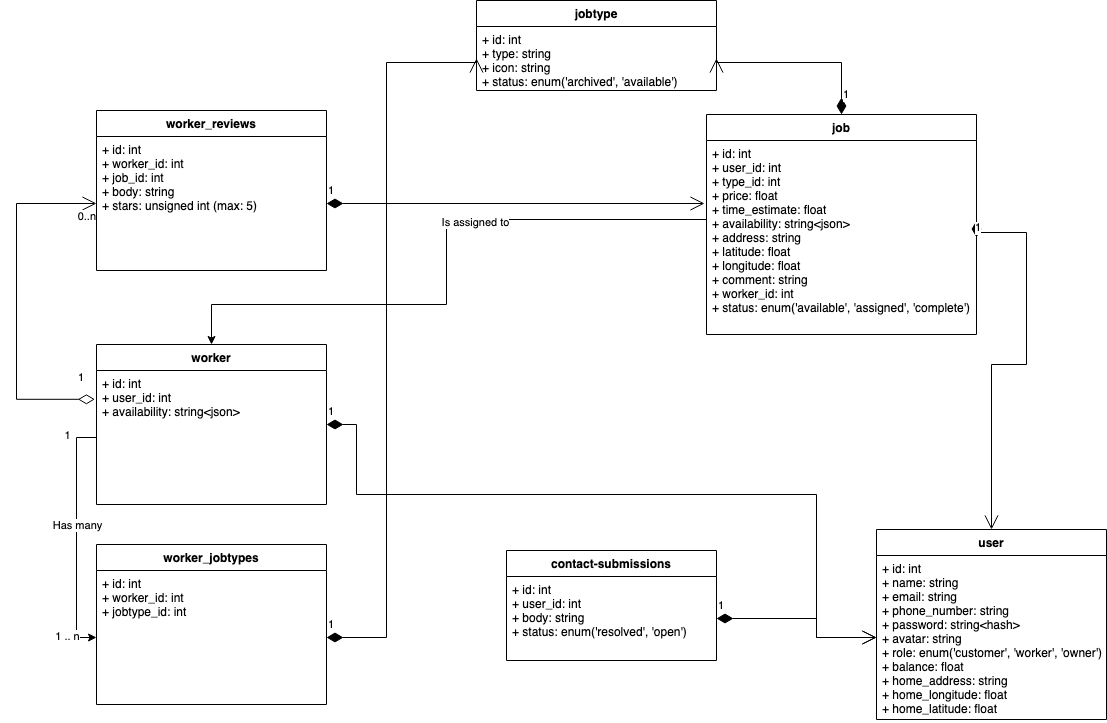
This is docs/database-uml-class-diagram.png from Simponic/JobFindr, a draw.io export, as it was before one commit. Source tidied: cells renumbered, new cells last; positions are measured from the earlier drawing's top-left corner, leaving out a move shared by most shapes. Source of this version:
```xml
<mxGraphModel>
  <root>
    <mxCell id="0" />
    <mxCell id="1" parent="0" />
    <mxCell id="2" value="jobtype" style="swimlane;fontStyle=1;align=center;verticalAlign=top;horizontal=1;startSize=26;" parent="1" vertex="1">
      <mxGeometry x="460" width="240" height="90" as="geometry" />
    </mxCell>
    <mxCell id="3" value="+ id: int&#10;+ type: string&#10;+ icon: string&#10;+ status: enum('archived', 'available')&#10;&#10;" style="text;strokeColor=none;fillColor=none;align=left;verticalAlign=top;spacingLeft=4;spacingRight=4;overflow=hidden;points=[[0,0.5],[1,0.5]];portConstraint=eastwest;" parent="2" vertex="1">
      <mxGeometry y="26" width="240" height="64" as="geometry" />
    </mxCell>
    <mxCell id="4" value="user" style="swimlane;fontStyle=1;align=center;verticalAlign=top;horizontal=1;startSize=26;" parent="1" vertex="1">
      <mxGeometry x="860" y="529" width="230" height="190" as="geometry" />
    </mxCell>
    <mxCell id="5" value="+ id: int&#10;+ name: string&#10;+ email: string&#10;+ phone_number: string&#10;+ password: string&lt;hash&gt;&#10;+ avatar: string&#10;+ role: enum('customer', 'worker', 'owner')&#10;+ balance: float&#10;+ home_address: string&#10;+ home_longitude: float&#10;+ home_latitude: float&#10;&#10;&#10;&#10;" style="text;strokeColor=none;fillColor=none;align=left;verticalAlign=top;spacingLeft=4;spacingRight=4;overflow=hidden;points=[[0,0.5],[1,0.5]];portConstraint=eastwest;" parent="4" vertex="1">
      <mxGeometry y="26" width="230" height="164" as="geometry" />
    </mxCell>
    <mxCell id="6" style="edgeStyle=orthogonalEdgeStyle;rounded=0;jettySize=auto;html=1;entryX=0.5;entryY=0;entryDx=0;entryDy=0;" parent="1" edge="1" source="8" target="12">
      <mxGeometry relative="1" as="geometry">
        <Array as="points">
          <mxPoint x="430" y="219" />
          <mxPoint x="430" y="304" />
          <mxPoint x="195" y="304" />
        </Array>
      </mxGeometry>
    </mxCell>
    <mxCell id="7" value="&lt;div&gt;Is assigned to&lt;/div&gt;" style="edgeLabel;html=1;align=center;verticalAlign=middle;" parent="6" vertex="1">
      <mxGeometry x="-0.25" y="2" relative="1" as="geometry" />
    </mxCell>
    <mxCell id="8" value="job" style="swimlane;fontStyle=1;align=center;verticalAlign=top;horizontal=1;startSize=26;" parent="1" vertex="1">
      <mxGeometry x="690" y="114" width="270" height="220" as="geometry" />
    </mxCell>
    <mxCell id="9" value="+ id: int&#10;+ user_id: int&#10;+ type_id: int&#10;+ price: float&#10;+ time_estimate: float&#10;+ availability: string&lt;json&gt;&#10;+ address: string&#10;+ latitude: float&#10;+ longitude: float&#10;+ comment: string&#10;+ worker_id: int&#10;+ status: enum('available', 'assigned', 'complete')&#10;" style="text;strokeColor=none;fillColor=none;align=left;verticalAlign=top;spacingLeft=4;spacingRight=4;overflow=hidden;points=[[0,0.5],[1,0.5]];portConstraint=eastwest;fontStyle=0;" parent="8" vertex="1">
      <mxGeometry y="26" width="270" height="194" as="geometry" />
    </mxCell>
    <mxCell id="10" style="endArrow=none;html=1;rounded=0;exitX=1;exitY=0.5;exitDx=0;exitDy=0;entryX=0;entryY=0.5;entryDx=0;entryDy=0;startArrow=none;" parent="1" edge="1" target="9">
      <mxGeometry relative="1" as="geometry">
        <mxPoint x="690" y="230" as="sourcePoint" />
      </mxGeometry>
    </mxCell>
    <mxCell id="11" style="endArrow=none;html=1;rounded=0;exitX=1;exitY=0.5;exitDx=0;exitDy=0;entryX=0;entryY=0.5;entryDx=0;entryDy=0;" parent="1" edge="1" source="3">
      <mxGeometry relative="1" as="geometry">
        <mxPoint x="700" y="56.5" as="targetPoint" />
      </mxGeometry>
    </mxCell>
    <mxCell id="12" value="worker" style="swimlane;fontStyle=1;align=center;verticalAlign=top;horizontal=1;startSize=26;" parent="1" vertex="1">
      <mxGeometry x="80" y="344" width="230" height="160" as="geometry" />
    </mxCell>
    <mxCell id="13" value="+ id: int&#10;+ user_id: int&#10;+ availability: string&lt;json&gt;&#10;" style="text;strokeColor=none;fillColor=none;align=left;verticalAlign=top;spacingLeft=4;spacingRight=4;overflow=hidden;points=[[0,0.5],[1,0.5]];portConstraint=eastwest;" parent="12" vertex="1">
      <mxGeometry y="26" width="230" height="134" as="geometry" />
    </mxCell>
    <mxCell id="14" value="worker_jobtypes" style="swimlane;fontStyle=1;align=center;verticalAlign=top;horizontal=1;startSize=26;" parent="1" vertex="1">
      <mxGeometry x="80" y="544" width="230" height="160" as="geometry" />
    </mxCell>
    <mxCell id="15" value="+ id: int&#10;+ worker_id: int&#10;+ jobtype_id: int&#10;&#10;&#10;&#10;" style="text;strokeColor=none;fillColor=none;align=left;verticalAlign=top;spacingLeft=4;spacingRight=4;overflow=hidden;points=[[0,0.5],[1,0.5]];portConstraint=eastwest;" parent="14" vertex="1">
      <mxGeometry y="26" width="230" height="134" as="geometry" />
    </mxCell>
    <mxCell id="16" value="worker_reviews&#10;" style="swimlane;fontStyle=1;align=center;verticalAlign=top;horizontal=1;startSize=26;" parent="1" vertex="1">
      <mxGeometry x="80" y="110" width="230" height="160" as="geometry" />
    </mxCell>
    <mxCell id="17" value="+ id: int&#10;+ worker_id: int&#10;+ job_id: int&#10;+ body: string&#10;+ stars: unsigned int (max: 5)&#10;&#10;" style="text;strokeColor=none;fillColor=none;align=left;verticalAlign=top;spacingLeft=4;spacingRight=4;overflow=hidden;points=[[0,0.5],[1,0.5]];portConstraint=eastwest;" parent="16" vertex="1">
      <mxGeometry y="26" width="230" height="134" as="geometry" />
    </mxCell>
    <mxCell id="18" value="contact-submissions" style="swimlane;fontStyle=1;align=center;verticalAlign=top;horizontal=1;startSize=26;" parent="1" vertex="1">
      <mxGeometry x="490" y="550" width="210" height="110" as="geometry" />
    </mxCell>
    <mxCell id="19" value="+ id: int&#10;+ user_id: int&#10;+ body: string&#10;+ status: enum('resolved', 'open')&#10;&#10;" style="text;strokeColor=none;fillColor=none;align=left;verticalAlign=top;spacingLeft=4;spacingRight=4;overflow=hidden;points=[[0,0.5],[1,0.5]];portConstraint=eastwest;" parent="18" vertex="1">
      <mxGeometry y="26" width="210" height="84" as="geometry" />
    </mxCell>
    <mxCell id="20" value="1" style="endArrow=open;html=1;endSize=12;startArrow=diamondThin;startSize=14;startFill=1;edgeStyle=orthogonalEdgeStyle;align=left;verticalAlign=bottom;rounded=0;exitX=0.5;exitY=0;exitDx=0;exitDy=0;entryX=1;entryY=0.5;entryDx=0;entryDy=0;" parent="1" edge="1" source="8" target="3">
      <mxGeometry x="-0.89" relative="1" as="geometry">
        <Array as="points">
          <mxPoint x="825" y="62" />
        </Array>
      </mxGeometry>
    </mxCell>
    <mxCell id="21" value="1" style="endArrow=open;html=1;endSize=12;startArrow=diamondThin;startSize=14;startFill=1;edgeStyle=orthogonalEdgeStyle;align=left;verticalAlign=bottom;rounded=0;exitX=1;exitY=0.5;exitDx=0;exitDy=0;entryX=0.5;entryY=0;entryDx=0;entryDy=0;" parent="1" edge="1" source="9" target="4">
      <mxGeometry x="-1" y="3" relative="1" as="geometry">
        <Array as="points">
          <mxPoint x="960" y="232" />
          <mxPoint x="1010" y="232" />
          <mxPoint x="1010" y="364" />
          <mxPoint x="975" y="364" />
        </Array>
      </mxGeometry>
    </mxCell>
    <mxCell id="22" value="1" style="endArrow=open;html=1;endSize=12;startArrow=diamondThin;startSize=14;startFill=1;edgeStyle=orthogonalEdgeStyle;align=left;verticalAlign=bottom;rounded=0;exitX=1;exitY=0.5;exitDx=0;exitDy=0;entryX=0;entryY=0.5;entryDx=0;entryDy=0;" parent="1" edge="1" source="15" target="3">
      <mxGeometry x="-1" y="3" relative="1" as="geometry">
        <Array as="points">
          <mxPoint x="370" y="637" />
          <mxPoint x="370" y="62" />
        </Array>
      </mxGeometry>
    </mxCell>
    <mxCell id="23" style="edgeStyle=orthogonalEdgeStyle;rounded=0;jettySize=auto;html=1;entryX=0;entryY=0.5;entryDx=0;entryDy=0;" parent="1" edge="1" source="13" target="15">
      <mxGeometry relative="1" as="geometry" />
    </mxCell>
    <mxCell id="24" value="&lt;div&gt;Has many&lt;/div&gt;" style="edgeLabel;html=1;align=center;verticalAlign=middle;" parent="23" vertex="1">
      <mxGeometry x="-0.01" relative="1" as="geometry">
        <mxPoint y="-12" as="offset" />
      </mxGeometry>
    </mxCell>
    <mxCell id="25" value="1 .. n" style="edgeLabel;html=1;align=center;verticalAlign=middle;" parent="23" vertex="1">
      <mxGeometry x="0.88" y="2" relative="1" as="geometry">
        <mxPoint x="-16" as="offset" />
      </mxGeometry>
    </mxCell>
    <mxCell id="26" value="&lt;div&gt;1&lt;/div&gt;" style="edgeLabel;html=1;align=center;verticalAlign=middle;" parent="23" vertex="1">
      <mxGeometry x="-0.73" y="-1" relative="1" as="geometry">
        <mxPoint x="-9" y="-15" as="offset" />
      </mxGeometry>
    </mxCell>
    <mxCell id="27" style="endArrow=open;html=1;endSize=12;startArrow=diamondThin;startSize=14;startFill=0;edgeStyle=orthogonalEdgeStyle;rounded=0;entryX=0;entryY=0.5;entryDx=0;entryDy=0;exitX=-0.007;exitY=0.215;exitDx=0;exitDy=0;exitPerimeter=0;" parent="1" edge="1" source="13" target="17">
      <mxGeometry relative="1" as="geometry">
        <Array as="points">
          <mxPoint y="399" />
          <mxPoint y="203" />
        </Array>
      </mxGeometry>
    </mxCell>
    <mxCell id="28" value="1" style="edgeLabel;html=1;align=left;verticalAlign=top;" parent="27" vertex="1">
      <mxGeometry x="-1" relative="1" as="geometry">
        <mxPoint x="-18" y="-35" as="offset" />
      </mxGeometry>
    </mxCell>
    <mxCell id="29" value="0..n" style="edgeLabel;html=1;align=right;verticalAlign=top;" parent="27" vertex="1">
      <mxGeometry x="1" relative="1" as="geometry" />
    </mxCell>
    <mxCell id="30" value="1" style="endArrow=open;html=1;endSize=12;startArrow=diamondThin;startSize=14;startFill=1;edgeStyle=orthogonalEdgeStyle;align=left;verticalAlign=bottom;rounded=0;exitX=1;exitY=0.5;exitDx=0;exitDy=0;" parent="1" edge="1" source="17">
      <mxGeometry x="-1" y="3" relative="1" as="geometry">
        <mxPoint x="688" y="203" as="targetPoint" />
        <Array as="points">
          <mxPoint x="688" y="203" />
        </Array>
      </mxGeometry>
    </mxCell>
    <mxCell id="31" value="1" style="endArrow=open;html=1;endSize=12;startArrow=diamondThin;startSize=14;startFill=1;edgeStyle=orthogonalEdgeStyle;align=left;verticalAlign=bottom;rounded=0;exitX=1;exitY=0.5;exitDx=0;exitDy=0;entryX=0;entryY=0.5;entryDx=0;entryDy=0;" parent="1" edge="1" source="12" target="5">
      <mxGeometry x="-1" y="3" relative="1" as="geometry">
        <Array as="points">
          <mxPoint x="340" y="424" />
          <mxPoint x="340" y="494" />
          <mxPoint x="800" y="494" />
          <mxPoint x="800" y="637" />
        </Array>
      </mxGeometry>
    </mxCell>
    <mxCell id="32" value="1" style="endArrow=open;html=1;endSize=12;startArrow=diamondThin;startSize=14;startFill=1;edgeStyle=orthogonalEdgeStyle;align=left;verticalAlign=bottom;rounded=0;exitX=1;exitY=0.5;exitDx=0;exitDy=0;entryX=0;entryY=0.5;entryDx=0;entryDy=0;" parent="1" edge="1" source="19" target="5">
      <mxGeometry x="-1" y="3" relative="1" as="geometry">
        <Array as="points">
          <mxPoint x="800" y="618" />
          <mxPoint x="800" y="637" />
        </Array>
      </mxGeometry>
    </mxCell>
  </root>
</mxGraphModel>
```
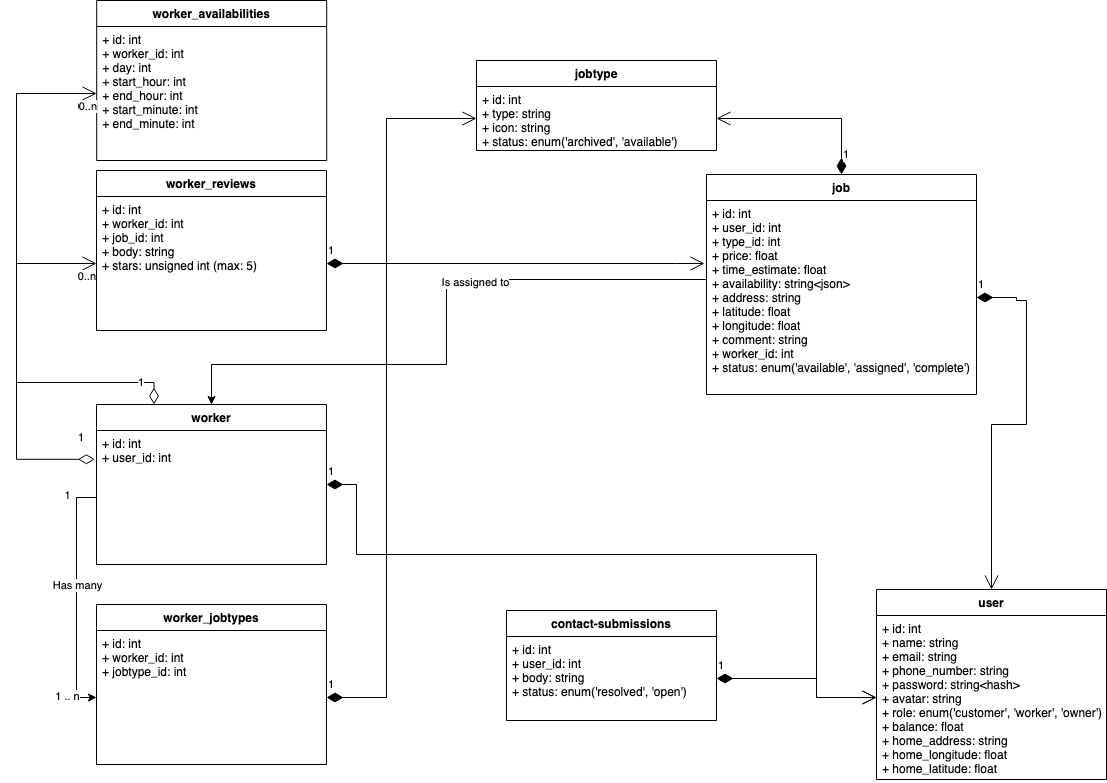
The same file after the commit.

Commit message:
Update UML and Rubric

Change to the diagram source:
```diff
@@ -45,7 +45,7 @@
     <mxCell id="12" value="worker" style="swimlane;fontStyle=1;align=center;verticalAlign=top;horizontal=1;startSize=26;" parent="1" vertex="1">
       <mxGeometry x="80" y="344" width="230" height="160" as="geometry" />
     </mxCell>
-    <mxCell id="13" value="+ id: int&#10;+ user_id: int&#10;+ availability: string&lt;json&gt;&#10;" style="text;strokeColor=none;fillColor=none;align=left;verticalAlign=top;spacingLeft=4;spacingRight=4;overflow=hidden;points=[[0,0.5],[1,0.5]];portConstraint=eastwest;" parent="12" vertex="1">
+    <mxCell id="13" value="+ id: int&#10;+ user_id: int&#10;" style="text;strokeColor=none;fillColor=none;align=left;verticalAlign=top;spacingLeft=4;spacingRight=4;overflow=hidden;points=[[0,0.5],[1,0.5]];portConstraint=eastwest;" parent="12" vertex="1">
       <mxGeometry y="26" width="230" height="134" as="geometry" />
     </mxCell>
     <mxCell id="14" value="worker_jobtypes" style="swimlane;fontStyle=1;align=center;verticalAlign=top;horizontal=1;startSize=26;" parent="1" vertex="1">
@@ -69,15 +69,16 @@
     <mxCell id="20" value="1" style="endArrow=open;html=1;endSize=12;startArrow=diamondThin;startSize=14;startFill=1;edgeStyle=orthogonalEdgeStyle;align=left;verticalAlign=bottom;rounded=0;exitX=0.5;exitY=0;exitDx=0;exitDy=0;entryX=1;entryY=0.5;entryDx=0;entryDy=0;" parent="1" edge="1" source="8" target="3">
       <mxGeometry x="-0.89" relative="1" as="geometry">
         <Array as="points">
-          <mxPoint x="825" y="62" />
+          <mxPoint x="825" y="58" />
         </Array>
       </mxGeometry>
     </mxCell>
     <mxCell id="21" value="1" style="endArrow=open;html=1;endSize=12;startArrow=diamondThin;startSize=14;startFill=1;edgeStyle=orthogonalEdgeStyle;align=left;verticalAlign=bottom;rounded=0;exitX=1;exitY=0.5;exitDx=0;exitDy=0;entryX=0.5;entryY=0;entryDx=0;entryDy=0;" parent="1" edge="1" source="9" target="4">
       <mxGeometry x="-1" y="3" relative="1" as="geometry">
         <Array as="points">
-          <mxPoint x="960" y="232" />
-          <mxPoint x="1010" y="232" />
+          <mxPoint x="1000" y="237" />
+          <mxPoint x="1000" y="240" />
+          <mxPoint x="1010" y="240" />
           <mxPoint x="1010" y="364" />
           <mxPoint x="975" y="364" />
         </Array>
@@ -87,7 +88,7 @@
       <mxGeometry x="-1" y="3" relative="1" as="geometry">
         <Array as="points">
           <mxPoint x="370" y="637" />
-          <mxPoint x="370" y="62" />
+          <mxPoint x="370" y="58" />
         </Array>
       </mxGeometry>
     </mxCell>
@@ -129,7 +130,8 @@
       <mxGeometry x="-1" y="3" relative="1" as="geometry">
         <mxPoint x="688" y="203" as="targetPoint" />
         <Array as="points">
-          <mxPoint x="688" y="203" />
+          <mxPoint x="660" y="203" />
+          <mxPoint x="660" y="203" />
         </Array>
       </mxGeometry>
     </mxCell>
@@ -151,5 +153,31 @@
         </Array>
       </mxGeometry>
     </mxCell>
+    <mxCell id="33" value="worker_availabilities&#10;" style="swimlane;fontStyle=1;align=center;verticalAlign=top;horizontal=1;startSize=26;" parent="1" vertex="1">
+      <mxGeometry x="80.2" y="-60" width="230" height="160" as="geometry" />
+    </mxCell>
+    <mxCell id="34" value="+ id: int&#10;+ worker_id: int&#10;+ day: int&#10;+ start_hour: int&#10;+ end_hour: int&#10;+ start_minute: int&#10;+ end_minute: int&#10;&#10;&#10;" style="text;strokeColor=none;fillColor=none;align=left;verticalAlign=top;spacingLeft=4;spacingRight=4;overflow=hidden;points=[[0,0.5],[1,0.5]];portConstraint=eastwest;" parent="33" vertex="1">
+      <mxGeometry y="26" width="230" height="134" as="geometry" />
+    </mxCell>
+    <mxCell id="35" value="0..n" style="edgeLabel;html=1;align=right;verticalAlign=top;" parent="1" vertex="1">
+      <mxGeometry x="80" y="33" as="geometry" />
+    </mxCell>
+    <mxCell id="36" style="endArrow=open;html=1;endSize=12;startArrow=diamondThin;startSize=14;startFill=0;edgeStyle=orthogonalEdgeStyle;rounded=0;entryX=0;entryY=0.5;entryDx=0;entryDy=0;exitX=0.25;exitY=0;exitDx=0;exitDy=0;" parent="1" edge="1" source="12" target="34">
+      <mxGeometry relative="1" as="geometry">
+        <Array as="points">
+          <mxPoint x="138" y="322" />
+          <mxPoint y="322" />
+          <mxPoint y="33" />
+        </Array>
+      </mxGeometry>
+    </mxCell>
+    <mxCell id="37" value="1" style="edgeLabel;html=1;align=left;verticalAlign=top;" parent="36" vertex="1">
+      <mxGeometry x="-1" relative="1" as="geometry">
+        <mxPoint x="-18" y="-35" as="offset" />
+      </mxGeometry>
+    </mxCell>
+    <mxCell id="38" value="0..n" style="edgeLabel;html=1;align=right;verticalAlign=top;" parent="36" vertex="1">
+      <mxGeometry x="1" relative="1" as="geometry" />
+    </mxCell>
   </root>
 </mxGraphModel>
```
